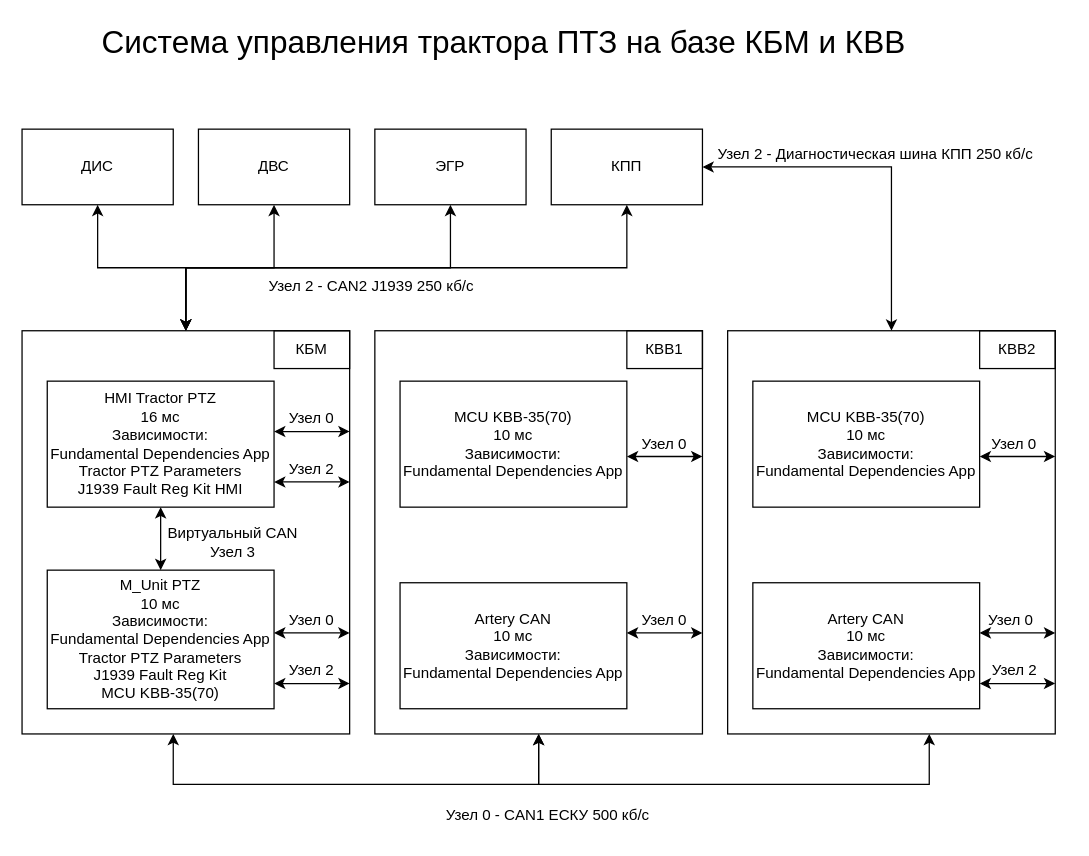
Before: Диаграмма без названия.drawio in dev-blanor/rsm_struct, a draw.io diagram. Source tidied: cells renumbered, new cells numbered last; positions are measured from the earlier drawing's top-left corner, leaving out a move shared by most shapes. Both pictures are drawn from the tidied source at 126%, with x=0, y=0 at pixel (21, 21).
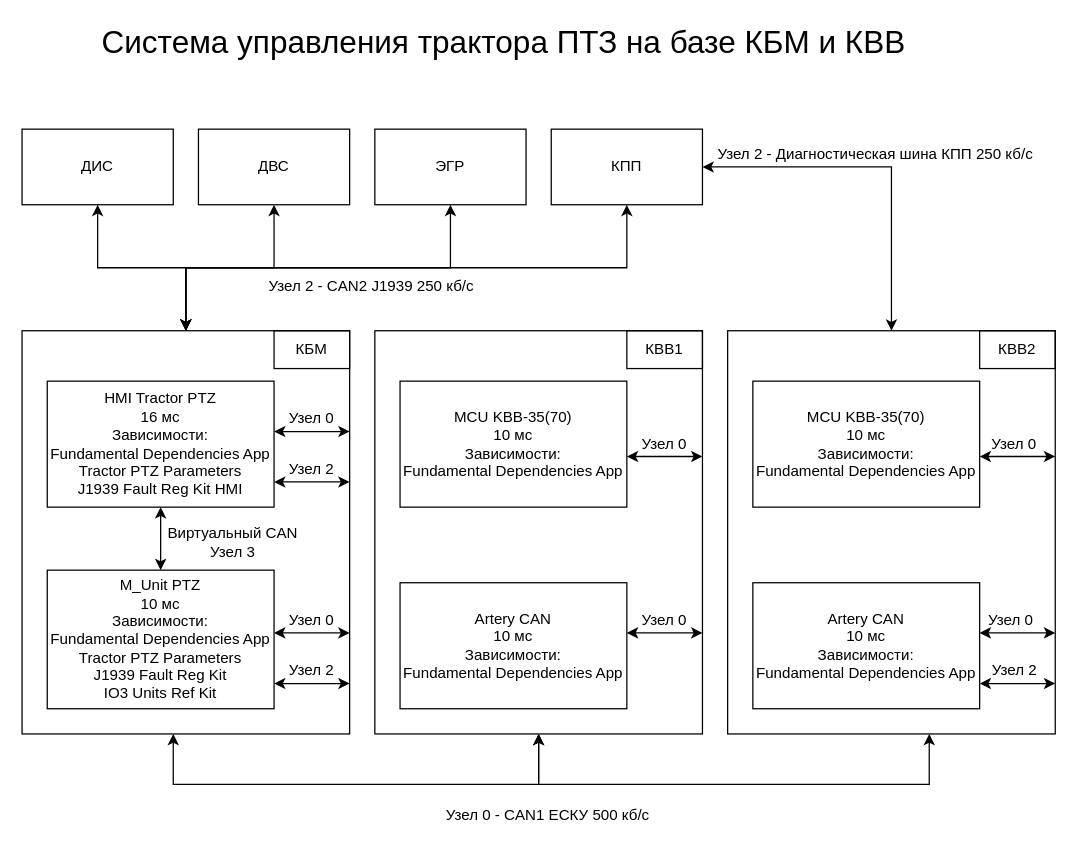
After the change.

What changed in the source:
```diff
@@
-    <mxCell id="8" value="M_Unit PTZ&lt;br&gt;10 мс&lt;br&gt;Зависимости:&lt;br&gt;Fundamental Dependencies App&lt;br&gt;Tractor PTZ Parameters&lt;br&gt;J1939 Fault Reg Kit&lt;br&gt;MCU KBB-35(70)" style="rounded=0;whiteSpace=wrap;html=1;" parent="1" vertex="1">
+    <mxCell id="8" value="M_Unit PTZ&lt;br&gt;10 мс&lt;br&gt;Зависимости:&lt;br&gt;Fundamental Dependencies App&lt;br&gt;Tractor PTZ Parameters&lt;br&gt;J1939 Fault Reg Kit&lt;br&gt;IO3 Units Ref Kit" style="rounded=0;whiteSpace=wrap;html=1;" parent="1" vertex="1">
       <mxGeometry x="20" y="435" width="180" height="110" as="geometry" />
     </mxCell>
```
